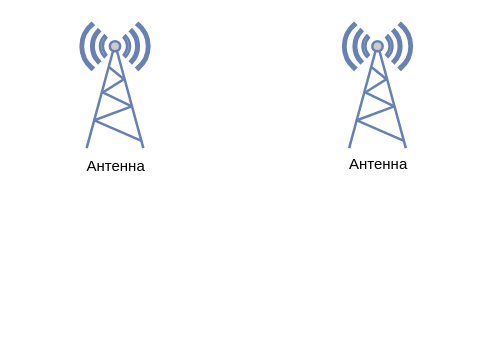
Earlier version of the draw.io diagram diagramm.drawio (vikastatsenko/drawio). Source tidied: cells renumbered, new cells numbered last; positions are measured from the earlier drawing's top-left corner, leaving out a move shared by most shapes. Both pictures are drawn from the tidied source at 125%, with x=0, y=0 at pixel (70, 22).
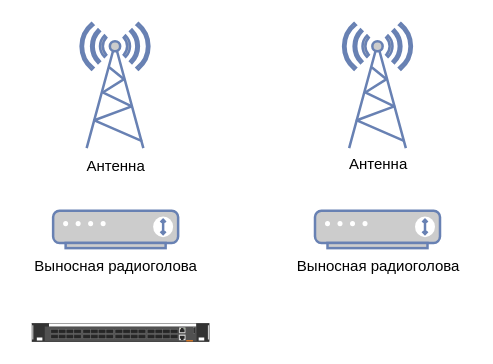
The same page after the edit.

Change to the diagram source:
```diff
@@
 <mxGraphModel>
   <root>
     <mxCell id="0" />
     <mxCell id="1" parent="0" />
     <mxCell id="2" style="fontColor=#0066CC;verticalAlign=top;verticalLabelPosition=bottom;labelPosition=center;align=center;html=1;fillColor=#CCCCCC;strokeColor=#6881B3;gradientColor=none;gradientDirection=north;strokeWidth=2;shape=mxgraph.networks.radio_tower;" parent="1" vertex="1">
       <mxGeometry x="218" width="55" height="100" as="geometry" />
     </mxCell>
     <mxCell id="3" style="fontColor=#0066CC;verticalAlign=top;verticalLabelPosition=bottom;labelPosition=center;align=center;html=1;fillColor=#CCCCCC;strokeColor=#6881B3;gradientColor=none;gradientDirection=north;strokeWidth=2;shape=mxgraph.networks.radio_tower;" parent="1" vertex="1">
       <mxGeometry x="8" width="55" height="100" as="geometry" />
     </mxCell>
     <mxCell id="4" value="Антенна" style="text;html=1;align=center;verticalAlign=middle;strokeColor=none;fillColor=none;" parent="1" vertex="1">
       <mxGeometry x="0.5" y="100" width="70" height="30" as="geometry" />
     </mxCell>
     <mxCell id="5" value="Антенна" style="text;html=1;align=center;verticalAlign=middle;strokeColor=none;fillColor=none;" parent="1" vertex="1">
       <mxGeometry x="210.5" y="98" width="70" height="30" as="geometry" />
     </mxCell>
+    <mxCell id="6" style="fontColor=#0066CC;verticalAlign=top;verticalLabelPosition=bottom;labelPosition=center;align=center;html=1;fillColor=#CCCCCC;strokeColor=#6881B3;gradientColor=none;gradientDirection=north;strokeWidth=2;shape=mxgraph.networks.modem;" parent="1" vertex="1">
+      <mxGeometry x="-14" y="150" width="100" height="30" as="geometry" />
+    </mxCell>
+    <mxCell id="7" value="Выносная радиоголова" style="text;html=1;align=center;verticalAlign=middle;strokeColor=none;fillColor=none;" parent="1" vertex="1">
+      <mxGeometry x="-39" y="180" width="150" height="30" as="geometry" />
+    </mxCell>
+    <mxCell id="8" style="fontColor=#0066CC;verticalAlign=top;verticalLabelPosition=bottom;labelPosition=center;align=center;html=1;fillColor=#CCCCCC;strokeColor=#6881B3;gradientColor=none;gradientDirection=north;strokeWidth=2;shape=mxgraph.networks.modem;" parent="1" vertex="1">
+      <mxGeometry x="195.5" y="150" width="100" height="30" as="geometry" />
+    </mxCell>
+    <mxCell id="9" value="Выносная радиоголова" style="text;html=1;align=center;verticalAlign=middle;strokeColor=none;fillColor=none;" parent="1" vertex="1">
+      <mxGeometry x="170.5" y="180" width="150" height="30" as="geometry" />
+    </mxCell>
+    <mxCell id="10" style="html=1;verticalLabelPosition=bottom;verticalAlign=top;shadow=0;dashed=0;shape=mxgraph.rack.hpe_aruba.switches.jl627a_aruba_8325_32c_b2f_front;" parent="1" vertex="1">
+      <mxGeometry x="-31" y="240" width="142" height="15" as="geometry" />
+    </mxCell>
   </root>
 </mxGraphModel>
```
